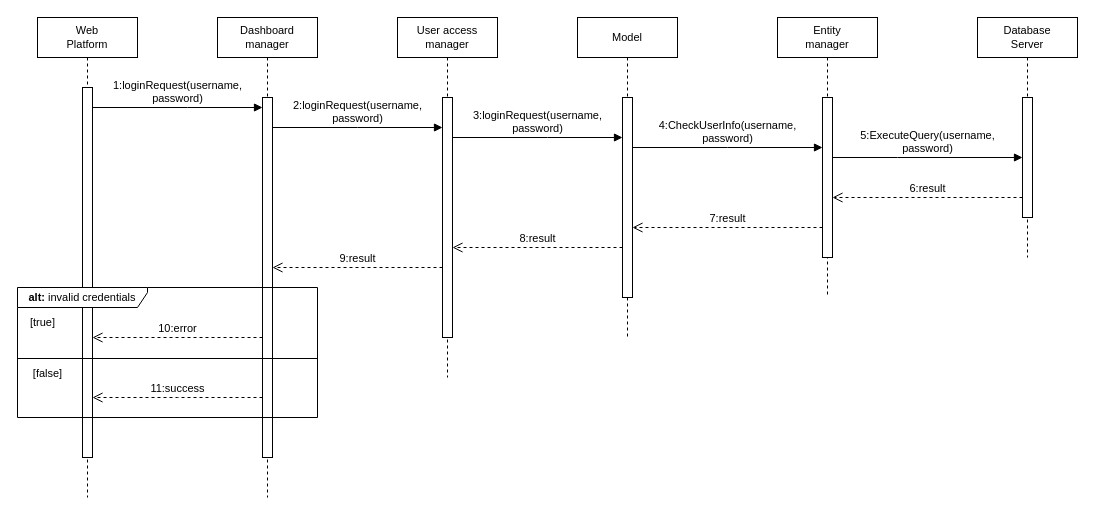
This is page "Login" (2 of 18) of diagrams/Runtime diagrams/RuntimeDiagrams.drawio from mttcrn/software-engineering-II-project, a draw.io file, before an edit. Source tidied: cells renumbered, new cells numbered last; positions are measured from the earlier drawing's top-left corner, leaving out a move shared by most shapes. Both pictures are drawn from the tidied source at 100%, with x=0, y=0 at pixel (17, 17).
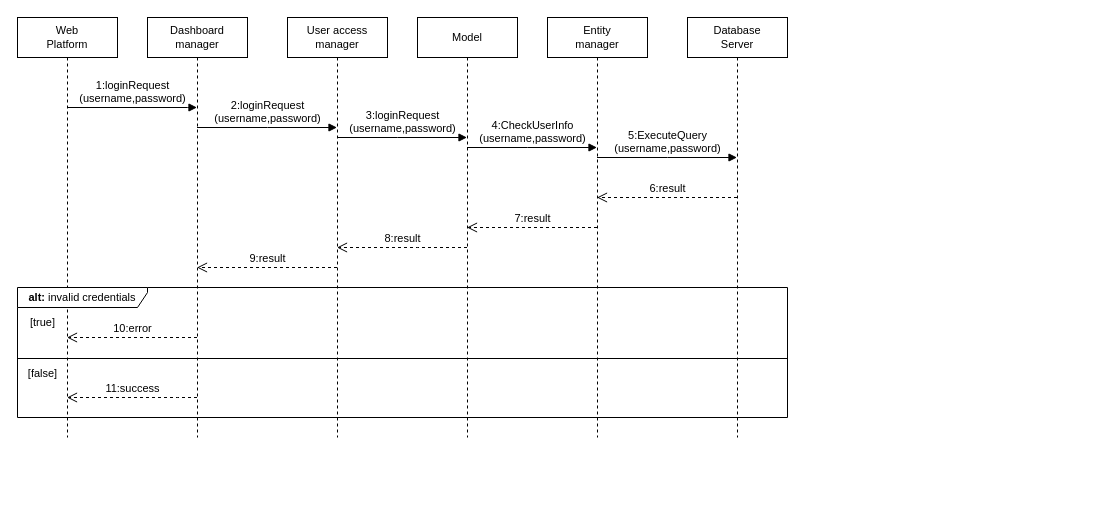
The same page after the edit.

Diff of the diagram source:
```diff
@@
     <mxCell id="2" value="Web&lt;br style=&quot;font-size: 11px;&quot;&gt;Platform" style="shape=umlLifeline;perimeter=lifelinePerimeter;whiteSpace=wrap;html=1;outlineConnect=0;portConstraint=eastwest;newEdgeStyle={&quot;curved&quot;:0,&quot;rounded&quot;:0};fontSize=11;" parent="1" vertex="1">
-      <mxGeometry x="20" width="100" height="480" as="geometry" />
+      <mxGeometry width="100" height="420" as="geometry" />
     </mxCell>
-    <mxCell id="3" style="html=1;points=[[0,0,0,0,5],[0,1,0,0,-5],[1,0,0,0,5],[1,1,0,0,-5]];perimeter=orthogonalPerimeter;outlineConnect=0;targetShapes=umlLifeline;portConstraint=eastwest;newEdgeStyle={&quot;curved&quot;:0,&quot;rounded&quot;:0};fontSize=11;" parent="2" vertex="1">
-      <mxGeometry x="45" y="70" width="10" height="370" as="geometry" />
-    </mxCell>
     <mxCell id="4" value="Dashboard&lt;br style=&quot;font-size: 11px;&quot;&gt;manager" style="shape=umlLifeline;perimeter=lifelinePerimeter;whiteSpace=wrap;html=1;outlineConnect=0;portConstraint=eastwest;newEdgeStyle={&quot;curved&quot;:0,&quot;rounded&quot;:0};fontSize=11;" parent="1" vertex="1">
-      <mxGeometry x="200" width="100" height="480" as="geometry" />
+      <mxGeometry x="130" width="100" height="420" as="geometry" />
     </mxCell>
-    <mxCell id="5" style="html=1;points=[[0,0,0,0,5],[0,1,0,0,-5],[1,0,0,0,5],[1,1,0,0,-5]];perimeter=orthogonalPerimeter;outlineConnect=0;targetShapes=umlLifeline;portConstraint=eastwest;newEdgeStyle={&quot;curved&quot;:0,&quot;rounded&quot;:0};fontSize=11;" parent="4" vertex="1">
-      <mxGeometry x="45" y="80" width="10" height="360" as="geometry" />
-    </mxCell>
     <mxCell id="6" value="Entity&lt;br style=&quot;font-size: 11px;&quot;&gt;manager" style="shape=umlLifeline;perimeter=lifelinePerimeter;whiteSpace=wrap;html=1;outlineConnect=0;portConstraint=eastwest;newEdgeStyle={&quot;curved&quot;:0,&quot;rounded&quot;:0};fontSize=11;" parent="1" vertex="1">
-      <mxGeometry x="760" width="100" height="280" as="geometry" />
+      <mxGeometry x="530" width="100" height="420" as="geometry" />
     </mxCell>
-    <mxCell id="7" style="html=1;points=[[0,0,0,0,5],[0,1,0,0,-5],[1,0,0,0,5],[1,1,0,0,-5]];perimeter=orthogonalPerimeter;outlineConnect=0;targetShapes=umlLifeline;portConstraint=eastwest;newEdgeStyle={&quot;curved&quot;:0,&quot;rounded&quot;:0};fontSize=11;" parent="6" vertex="1">
-      <mxGeometry x="45" y="80" width="10" height="160" as="geometry" />
-    </mxCell>
     <mxCell id="8" value="Model" style="shape=umlLifeline;perimeter=lifelinePerimeter;whiteSpace=wrap;html=1;outlineConnect=0;portConstraint=eastwest;newEdgeStyle={&quot;curved&quot;:0,&quot;rounded&quot;:0};fontSize=11;" parent="1" vertex="1">
-      <mxGeometry x="560" width="100" height="320" as="geometry" />
+      <mxGeometry x="400" width="100" height="420" as="geometry" />
     </mxCell>
-    <mxCell id="9" style="html=1;points=[[0,0,0,0,5],[0,1,0,0,-5],[1,0,0,0,5],[1,1,0,0,-5]];perimeter=orthogonalPerimeter;outlineConnect=0;targetShapes=umlLifeline;portConstraint=eastwest;newEdgeStyle={&quot;curved&quot;:0,&quot;rounded&quot;:0};fontSize=11;" parent="8" vertex="1">
-      <mxGeometry x="45" y="80" width="10" height="200" as="geometry" />
-    </mxCell>
     <mxCell id="10" value="User access&lt;br style=&quot;font-size: 11px;&quot;&gt;manager" style="shape=umlLifeline;perimeter=lifelinePerimeter;whiteSpace=wrap;html=1;outlineConnect=0;portConstraint=eastwest;newEdgeStyle={&quot;curved&quot;:0,&quot;rounded&quot;:0};fontSize=11;" parent="1" vertex="1">
-      <mxGeometry x="380" width="100" height="360" as="geometry" />
+      <mxGeometry x="270" width="100" height="420" as="geometry" />
     </mxCell>
-    <mxCell id="11" style="html=1;points=[[0,0,0,0,5],[0,1,0,0,-5],[1,0,0,0,5],[1,1,0,0,-5]];perimeter=orthogonalPerimeter;outlineConnect=0;targetShapes=umlLifeline;portConstraint=eastwest;newEdgeStyle={&quot;curved&quot;:0,&quot;rounded&quot;:0};fontSize=11;" parent="10" vertex="1">
-      <mxGeometry x="45" y="80" width="10" height="240" as="geometry" />
-    </mxCell>
     <mxCell id="12" value="Database&lt;br style=&quot;font-size: 11px;&quot;&gt;Server" style="shape=umlLifeline;perimeter=lifelinePerimeter;whiteSpace=wrap;html=1;outlineConnect=0;portConstraint=eastwest;newEdgeStyle={&quot;curved&quot;:0,&quot;rounded&quot;:0};fontSize=11;" parent="1" vertex="1">
-      <mxGeometry x="960" width="100" height="240" as="geometry" />
+      <mxGeometry x="670" width="100" height="420" as="geometry" />
     </mxCell>
-    <mxCell id="13" style="html=1;points=[[0,0,0,0,5],[0,1,0,0,-5],[1,0,0,0,5],[1,1,0,0,-5]];perimeter=orthogonalPerimeter;outlineConnect=0;targetShapes=umlLifeline;portConstraint=eastwest;newEdgeStyle={&quot;curved&quot;:0,&quot;rounded&quot;:0};fontSize=11;" parent="12" vertex="1">
-      <mxGeometry x="45" y="80" width="10" height="120" as="geometry" />
-    </mxCell>
-    <mxCell id="14" value="&lt;font style=&quot;font-size: 11px;&quot;&gt;1:loginRequest(username,&lt;br&gt;password)&lt;/font&gt;" style="html=1;verticalAlign=bottom;endArrow=block;curved=0;rounded=0;fontSize=11;" parent="1" edge="1" source="3" target="5">
+    <mxCell id="14" value="&lt;font style=&quot;font-size: 11px;&quot;&gt;1:loginRequest&lt;br&gt;(username,password)&lt;/font&gt;" style="html=1;verticalAlign=bottom;endArrow=block;curved=0;rounded=0;fontSize=11;" parent="1" edge="1" source="2" target="4">
       <mxGeometry relative="1" as="geometry">
         <Array as="points">
           <mxPoint x="170" y="90" />
         </Array>
       </mxGeometry>
     </mxCell>
-    <mxCell id="15" value="&lt;font style=&quot;font-size: 11px;&quot;&gt;2:loginRequest(username,&lt;br&gt;password)&lt;/font&gt;" style="html=1;verticalAlign=bottom;endArrow=block;curved=0;rounded=0;fontSize=11;" parent="1" edge="1" source="5" target="11">
+    <mxCell id="15" value="&lt;font style=&quot;font-size: 11px;&quot;&gt;2:loginRequest&lt;br&gt;(username,password)&lt;/font&gt;" style="html=1;verticalAlign=bottom;endArrow=block;curved=0;rounded=0;fontSize=11;" parent="1" edge="1" source="4" target="10">
       <mxGeometry relative="1" as="geometry">
         <Array as="points">
-          <mxPoint x="340" y="110" />
+          <mxPoint x="250" y="110" />
         </Array>
       </mxGeometry>
     </mxCell>
-    <mxCell id="16" value="&lt;font style=&quot;font-size: 11px;&quot;&gt;3:loginRequest(username,&lt;br&gt;password)&lt;/font&gt;" style="html=1;verticalAlign=bottom;endArrow=block;curved=0;rounded=0;fontSize=11;" parent="1" edge="1" source="11" target="9">
+    <mxCell id="16" value="&lt;font style=&quot;font-size: 11px;&quot;&gt;3:loginRequest&lt;br&gt;(username,password)&lt;/font&gt;" style="html=1;verticalAlign=bottom;endArrow=block;curved=0;rounded=0;fontSize=11;" parent="1" edge="1" source="10" target="8">
       <mxGeometry relative="1" as="geometry">
         <Array as="points">
-          <mxPoint x="530" y="120" />
+          <mxPoint x="380" y="120" />
         </Array>
       </mxGeometry>
     </mxCell>
-    <mxCell id="17" value="&lt;font style=&quot;font-size: 11px;&quot;&gt;4:CheckUserInfo(username,&lt;br&gt;password)&lt;/font&gt;" style="html=1;verticalAlign=bottom;endArrow=block;curved=0;rounded=0;fontSize=11;" parent="1" edge="1" source="9" target="7">
+    <mxCell id="17" value="&lt;font style=&quot;font-size: 11px;&quot;&gt;4:CheckUserInfo&lt;br&gt;(username,password)&lt;/font&gt;" style="html=1;verticalAlign=bottom;endArrow=block;curved=0;rounded=0;fontSize=11;" parent="1" edge="1" source="8" target="6">
       <mxGeometry relative="1" as="geometry">
         <Array as="points">
-          <mxPoint x="710" y="130" />
+          <mxPoint x="510" y="130" />
         </Array>
       </mxGeometry>
     </mxCell>
-    <mxCell id="18" value="&lt;font style=&quot;font-size: 11px;&quot;&gt;5:ExecuteQuery(username,&lt;br&gt;password)&lt;/font&gt;" style="html=1;verticalAlign=bottom;endArrow=block;curved=0;rounded=0;fontSize=11;" parent="1" edge="1" source="7" target="13">
+    <mxCell id="18" value="&lt;font style=&quot;font-size: 11px;&quot;&gt;5:ExecuteQuery&lt;br&gt;(username,password)&lt;/font&gt;" style="html=1;verticalAlign=bottom;endArrow=block;curved=0;rounded=0;fontSize=11;" parent="1" edge="1" source="6" target="12">
       <mxGeometry relative="1" as="geometry">
         <Array as="points">
-          <mxPoint x="880" y="140" />
+          <mxPoint x="650" y="140" />
         </Array>
       </mxGeometry>
     </mxCell>
-    <mxCell id="19" value="6:result" style="html=1;verticalAlign=bottom;endArrow=open;dashed=1;endSize=8;curved=0;rounded=0;fontSize=11;" parent="1" edge="1" source="13" target="7">
+    <mxCell id="19" value="6:result" style="html=1;verticalAlign=bottom;endArrow=open;dashed=1;endSize=8;curved=0;rounded=0;fontSize=11;" parent="1" edge="1" source="12" target="6">
       <mxGeometry relative="1" as="geometry">
         <Array as="points">
-          <mxPoint x="870" y="180" />
+          <mxPoint x="650" y="180" />
         </Array>
       </mxGeometry>
     </mxCell>
-    <mxCell id="20" value="7:result" style="html=1;verticalAlign=bottom;endArrow=open;dashed=1;endSize=8;curved=0;rounded=0;fontSize=11;" parent="1" edge="1" source="7" target="9">
-      <mxGeometry relative="1" as="geometry">
-        <Array as="points">
-          <mxPoint x="700" y="210" />
-        </Array>
-      </mxGeometry>
+    <mxCell id="20" value="7:result" style="html=1;verticalAlign=bottom;endArrow=open;dashed=1;endSize=8;curved=0;rounded=0;fontSize=11;" parent="1" edge="1" source="6" target="8">
+      <mxGeometry relative="1" as="geometry" />
     </mxCell>
-    <mxCell id="21" value="8:result" style="html=1;verticalAlign=bottom;endArrow=open;dashed=1;endSize=8;curved=0;rounded=0;fontSize=11;" parent="1" edge="1" source="9" target="11">
+    <mxCell id="21" value="8:result" style="html=1;verticalAlign=bottom;endArrow=open;dashed=1;endSize=8;curved=0;rounded=0;fontSize=11;" parent="1" edge="1" source="8" target="10">
       <mxGeometry relative="1" as="geometry">
         <Array as="points">
-          <mxPoint x="530" y="230" />
+          <mxPoint x="400" y="230" />
         </Array>
       </mxGeometry>
     </mxCell>
-    <mxCell id="22" value="9:result" style="html=1;verticalAlign=bottom;endArrow=open;dashed=1;endSize=8;curved=0;rounded=0;fontSize=11;" parent="1" edge="1" source="11" target="5">
+    <mxCell id="22" value="9:result" style="html=1;verticalAlign=bottom;endArrow=open;dashed=1;endSize=8;curved=0;rounded=0;fontSize=11;" parent="1" edge="1" source="10" target="4">
       <mxGeometry relative="1" as="geometry">
         <Array as="points">
-          <mxPoint x="350" y="250" />
+          <mxPoint x="260" y="250" />
         </Array>
       </mxGeometry>
     </mxCell>
     <mxCell id="23" value="&lt;b style=&quot;font-size: 11px;&quot;&gt;alt: &lt;/b&gt;&lt;span style=&quot;font-size: 11px;&quot;&gt;invalid credentials&lt;/span&gt;" style="shape=umlFrame;whiteSpace=wrap;html=1;fontSize=11;width=130;height=20;" parent="1" vertex="1">
-      <mxGeometry y="270" width="300" height="130" as="geometry" />
+      <mxGeometry y="270" width="770" height="130" as="geometry" />
     </mxCell>
-    <mxCell id="24" value="10:error" style="html=1;verticalAlign=bottom;endArrow=open;dashed=1;endSize=8;curved=0;rounded=0;fontSize=11;" parent="1" edge="1" source="5" target="3">
+    <mxCell id="24" value="10:error" style="html=1;verticalAlign=bottom;endArrow=open;dashed=1;endSize=8;curved=0;rounded=0;fontSize=11;" parent="1" edge="1" source="4" target="2">
       <mxGeometry relative="1" as="geometry">
         <Array as="points">
           <mxPoint x="170" y="320" />
         </Array>
       </mxGeometry>
     </mxCell>
     <mxCell id="25" style="line;strokeWidth=1;fillColor=none;align=left;verticalAlign=middle;spacingTop=-1;spacingLeft=3;spacingRight=3;labelPosition=right;strokeColor=inherit;fontSize=11;" parent="1" vertex="1">
-      <mxGeometry y="337" width="300" height="8" as="geometry" />
+      <mxGeometry y="337" width="770" height="8" as="geometry" />
     </mxCell>
-    <mxCell id="26" value="11:success" style="html=1;verticalAlign=bottom;endArrow=open;dashed=1;endSize=8;curved=0;rounded=0;fontSize=11;" parent="1" edge="1">
+    <mxCell id="26" value="11:success" style="html=1;verticalAlign=bottom;endArrow=open;dashed=1;endSize=8;curved=0;rounded=0;fontSize=11;" parent="1" edge="1" source="4" target="2">
       <mxGeometry relative="1" as="geometry">
-        <mxPoint x="245" y="380" as="sourcePoint" />
-        <mxPoint x="75" y="380" as="targetPoint" />
         <Array as="points">
           <mxPoint x="160" y="380" />
         </Array>
       </mxGeometry>
     </mxCell>
-    <mxCell id="27" value="&lt;font style=&quot;font-size: 11px;&quot;&gt;[false]&lt;/font&gt;" style="text;html=1;align=center;verticalAlign=middle;strokeColor=none;fillColor=none;" parent="1" vertex="1">
-      <mxGeometry x="5" y="341" width="50" height="30" as="geometry" />
+    <mxCell id="27" value="&lt;font style=&quot;font-size: 11px;&quot;&gt;[false]&lt;/font&gt;" style="text;html=1;align=center;verticalAlign=middle;strokeColor=none;fillColor=none;fontSize=11;" parent="1" vertex="1">
+      <mxGeometry y="341" width="50" height="30" as="geometry" />
     </mxCell>
-    <mxCell id="28" value="&lt;font style=&quot;font-size: 11px;&quot;&gt;[true]&lt;/font&gt;" style="text;html=1;align=center;verticalAlign=middle;strokeColor=none;fillColor=none;" parent="1" vertex="1">
+    <mxCell id="28" value="&lt;font style=&quot;font-size: 11px;&quot;&gt;[true]&lt;/font&gt;" style="text;html=1;align=center;verticalAlign=middle;strokeColor=none;fillColor=none;fontSize=11;" parent="1" vertex="1">
       <mxGeometry y="290" width="50" height="30" as="geometry" />
     </mxCell>
```
